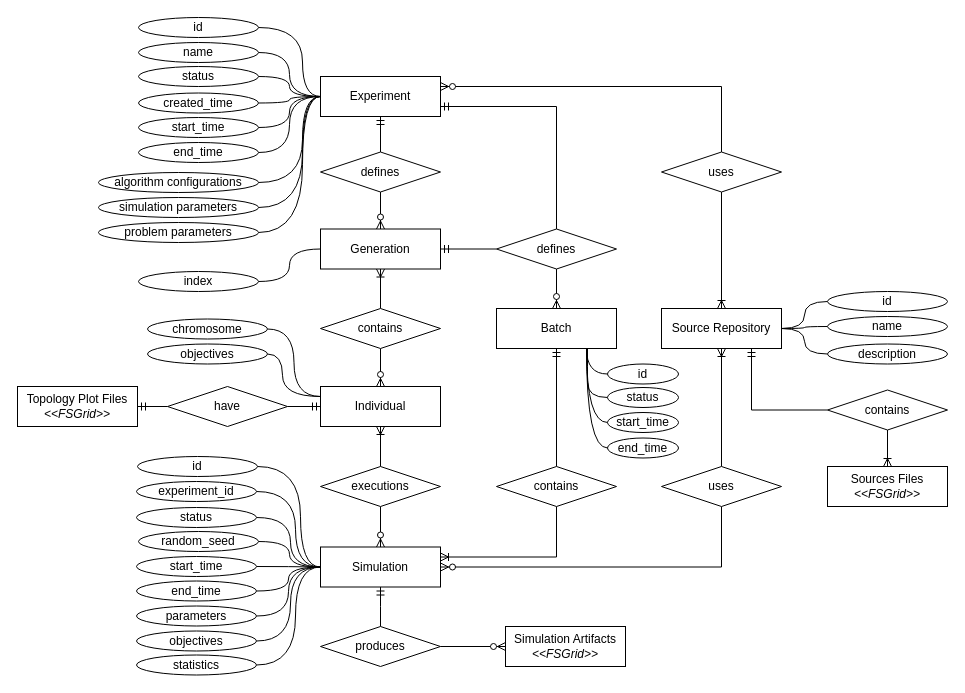
This is page "entity-relationship" (3 of 3) of docs/diagrams/diagrams1.drawio from JunioCesarFerreira/simlab, a draw.io file, before an edit. Source tidied: cells renumbered, new cells numbered last; positions are measured from the earlier drawing's top-left corner, leaving out a move shared by most shapes. Both pictures are drawn from the tidied source at 100%, with x=0, y=0 at pixel (17, 17).
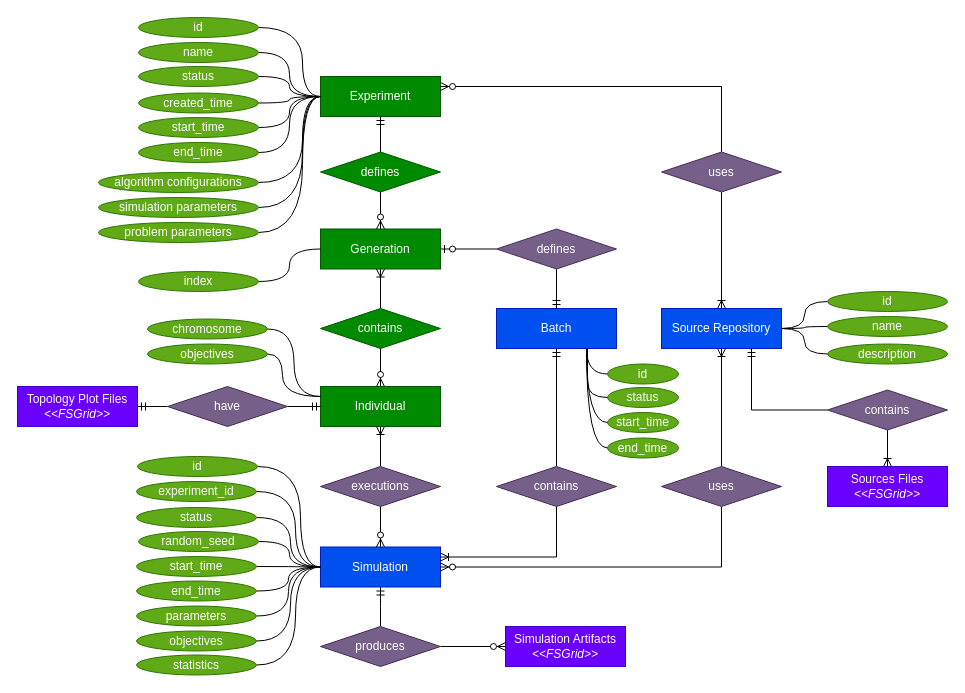
After the change.

The edit, as a diff of the source:
```diff
@@
-    <mxCell id="2" value="Experiment" style="rounded=0;whiteSpace=wrap;html=1;" parent="1" vertex="1">
+    <mxCell id="2" value="Experiment" style="rounded=0;whiteSpace=wrap;html=1;fillColor=#008a00;strokeColor=#005700;fontColor=#ffffff;" parent="1" vertex="1">
       <mxGeometry x="303" y="59" width="120" height="40" as="geometry" />
     </mxCell>
-    <mxCell id="3" value="Simulation" style="rounded=0;whiteSpace=wrap;html=1;" parent="1" vertex="1">
+    <mxCell id="3" value="Simulation" style="rounded=0;whiteSpace=wrap;html=1;fillColor=#0050ef;strokeColor=#001DBC;fontColor=#ffffff;" parent="1" vertex="1">
       <mxGeometry x="303" y="529.5" width="120" height="40" as="geometry" />
     </mxCell>
@@
-    <mxCell id="5" value="id" style="ellipse;whiteSpace=wrap;html=1;" parent="1" vertex="1">
+    <mxCell id="5" value="id" style="ellipse;whiteSpace=wrap;html=1;fillColor=#60a917;strokeColor=#2D7600;fontColor=#ffffff;" parent="1" vertex="1">
       <mxGeometry x="121" width="120" height="20" as="geometry" />
     </mxCell>
@@
-    <mxCell id="7" value="name" style="ellipse;whiteSpace=wrap;html=1;" parent="1" vertex="1">
+    <mxCell id="7" value="name" style="ellipse;whiteSpace=wrap;html=1;fillColor=#60a917;strokeColor=#2D7600;fontColor=#ffffff;" parent="1" vertex="1">
       <mxGeometry x="121" y="25" width="120" height="20" as="geometry" />
     </mxCell>
@@
-    <mxCell id="9" value="status" style="ellipse;whiteSpace=wrap;html=1;" parent="1" vertex="1">
+    <mxCell id="9" value="status" style="ellipse;whiteSpace=wrap;html=1;fillColor=#60a917;strokeColor=#2D7600;fontColor=#ffffff;" parent="1" vertex="1">
       <mxGeometry x="121" y="49" width="120" height="20" as="geometry" />
     </mxCell>
-    <mxCell id="10" value="Generation" style="rounded=0;whiteSpace=wrap;html=1;" parent="1" vertex="1">
+    <mxCell id="10" value="Generation" style="rounded=0;whiteSpace=wrap;html=1;fillColor=#008a00;strokeColor=#005700;fontColor=#ffffff;" parent="1" vertex="1">
       <mxGeometry x="303" y="211.5" width="120" height="40" as="geometry" />
     </mxCell>
@@
-    <mxCell id="12" value="id" style="ellipse;whiteSpace=wrap;html=1;" parent="1" vertex="1">
+    <mxCell id="12" value="id" style="ellipse;whiteSpace=wrap;html=1;fillColor=#60a917;strokeColor=#2D7600;fontColor=#ffffff;" parent="1" vertex="1">
       <mxGeometry x="120" y="439" width="120" height="20" as="geometry" />
     </mxCell>
@@
-    <mxCell id="14" value="status" style="ellipse;whiteSpace=wrap;html=1;" parent="1" vertex="1">
+    <mxCell id="14" value="status" style="ellipse;whiteSpace=wrap;html=1;fillColor=#60a917;strokeColor=#2D7600;fontColor=#ffffff;" parent="1" vertex="1">
       <mxGeometry x="119" y="490" width="120" height="20" as="geometry" />
     </mxCell>
@@
-    <mxCell id="16" value="status" style="ellipse;whiteSpace=wrap;html=1;" parent="1" vertex="1">
+    <mxCell id="16" value="status" style="ellipse;whiteSpace=wrap;html=1;fillColor=#60a917;strokeColor=#2D7600;fontColor=#ffffff;" parent="1" vertex="1">
       <mxGeometry x="590" y="370" width="71" height="20" as="geometry" />
     </mxCell>
-    <mxCell id="17" value="Source Repository" style="rounded=0;whiteSpace=wrap;html=1;" parent="1" vertex="1">
+    <mxCell id="17" value="Source Repository" style="rounded=0;whiteSpace=wrap;html=1;fillColor=#0050ef;strokeColor=#001DBC;fontColor=#ffffff;" parent="1" vertex="1">
       <mxGeometry x="644" y="291" width="120" height="40" as="geometry" />
     </mxCell>
@@
-    <mxCell id="19" value="id" style="ellipse;whiteSpace=wrap;html=1;" parent="1" vertex="1">
+    <mxCell id="19" value="id" style="ellipse;whiteSpace=wrap;html=1;fillColor=#60a917;strokeColor=#2D7600;fontColor=#ffffff;" parent="1" vertex="1">
       <mxGeometry x="810" y="274" width="120" height="20" as="geometry" />
     </mxCell>
@@
-    <mxCell id="21" value="name" style="ellipse;whiteSpace=wrap;html=1;" parent="1" vertex="1">
+    <mxCell id="21" value="name" style="ellipse;whiteSpace=wrap;html=1;fillColor=#60a917;strokeColor=#2D7600;fontColor=#ffffff;" parent="1" vertex="1">
       <mxGeometry x="810" y="299" width="120" height="20" as="geometry" />
     </mxCell>
@@
-    <mxCell id="23" value="description" style="ellipse;whiteSpace=wrap;html=1;" parent="1" vertex="1">
+    <mxCell id="23" value="description" style="ellipse;whiteSpace=wrap;html=1;fillColor=#60a917;strokeColor=#2D7600;fontColor=#ffffff;" parent="1" vertex="1">
       <mxGeometry x="810" y="326.5" width="120" height="20" as="geometry" />
     </mxCell>
@@
-    <mxCell id="25" value="parameters" style="ellipse;whiteSpace=wrap;html=1;" parent="1" vertex="1">
+    <mxCell id="25" value="parameters" style="ellipse;whiteSpace=wrap;html=1;fillColor=#60a917;strokeColor=#2D7600;fontColor=#ffffff;" parent="1" vertex="1">
       <mxGeometry x="119" y="588.5" width="120" height="20" as="geometry" />
     </mxCell>
-    <mxCell id="26" value="Simulation Artifacts&lt;br&gt;&lt;i&gt;&amp;lt;&amp;lt;FSGrid&amp;gt;&amp;gt;&lt;/i&gt;" style="rounded=0;whiteSpace=wrap;html=1;" parent="1" vertex="1">
+    <mxCell id="26" value="Simulation Artifacts&lt;br&gt;&lt;i&gt;&amp;lt;&amp;lt;FSGrid&amp;gt;&amp;gt;&lt;/i&gt;" style="rounded=0;whiteSpace=wrap;html=1;fillColor=#6a00ff;strokeColor=#3700CC;fontColor=#ffffff;" parent="1" vertex="1">
       <mxGeometry x="488" y="609" width="120" height="40" as="geometry" />
     </mxCell>
@@
-    <mxCell id="28" value="objectives" style="ellipse;whiteSpace=wrap;html=1;" parent="1" vertex="1">
+    <mxCell id="28" value="objectives" style="ellipse;whiteSpace=wrap;html=1;fillColor=#60a917;strokeColor=#2D7600;fontColor=#ffffff;" parent="1" vertex="1">
       <mxGeometry x="119" y="613.5" width="120" height="20" as="geometry" />
     </mxCell>
@@
-    <mxCell id="30" value="start_time" style="ellipse;whiteSpace=wrap;html=1;" parent="1" vertex="1">
+    <mxCell id="30" value="start_time" style="ellipse;whiteSpace=wrap;html=1;fillColor=#60a917;strokeColor=#2D7600;fontColor=#ffffff;" parent="1" vertex="1">
       <mxGeometry x="590" y="395" width="71" height="20" as="geometry" />
     </mxCell>
@@
-    <mxCell id="32" value="end_time" style="ellipse;whiteSpace=wrap;html=1;" parent="1" vertex="1">
+    <mxCell id="32" value="end_time" style="ellipse;whiteSpace=wrap;html=1;fillColor=#60a917;strokeColor=#2D7600;fontColor=#ffffff;" parent="1" vertex="1">
       <mxGeometry x="590" y="420.5" width="71" height="20" as="geometry" />
     </mxCell>
@@
-    <mxCell id="34" value="start_time" style="ellipse;whiteSpace=wrap;html=1;" parent="1" vertex="1">
+    <mxCell id="34" value="start_time" style="ellipse;whiteSpace=wrap;html=1;fillColor=#60a917;strokeColor=#2D7600;fontColor=#ffffff;" parent="1" vertex="1">
       <mxGeometry x="119" y="539" width="120" height="20" as="geometry" />
     </mxCell>
@@
-    <mxCell id="36" value="end_time" style="ellipse;whiteSpace=wrap;html=1;" parent="1" vertex="1">
+    <mxCell id="36" value="end_time" style="ellipse;whiteSpace=wrap;html=1;fillColor=#60a917;strokeColor=#2D7600;fontColor=#ffffff;" parent="1" vertex="1">
       <mxGeometry x="119" y="563.5" width="120" height="20" as="geometry" />
     </mxCell>
@@
-    <mxCell id="38" value="index" style="ellipse;whiteSpace=wrap;html=1;" parent="1" vertex="1">
+    <mxCell id="38" value="index" style="ellipse;whiteSpace=wrap;html=1;fillColor=#60a917;strokeColor=#2D7600;fontColor=#ffffff;" parent="1" vertex="1">
       <mxGeometry x="121" y="254" width="120" height="20" as="geometry" />
     </mxCell>
@@
-    <mxCell id="40" value="algorithm configurations" style="ellipse;whiteSpace=wrap;html=1;" parent="1" vertex="1">
+    <mxCell id="40" value="algorithm configurations" style="ellipse;whiteSpace=wrap;html=1;fillColor=#60a917;strokeColor=#2D7600;fontColor=#ffffff;" parent="1" vertex="1">
       <mxGeometry x="81" y="155" width="160" height="20" as="geometry" />
     </mxCell>
@@
-    <mxCell id="42" value="created_time" style="ellipse;whiteSpace=wrap;html=1;" parent="1" vertex="1">
+    <mxCell id="42" value="created_time" style="ellipse;whiteSpace=wrap;html=1;fillColor=#60a917;strokeColor=#2D7600;fontColor=#ffffff;" parent="1" vertex="1">
       <mxGeometry x="121" y="75.5" width="120" height="20" as="geometry" />
     </mxCell>
@@
-    <mxCell id="44" value="statistics" style="ellipse;whiteSpace=wrap;html=1;" parent="1" vertex="1">
+    <mxCell id="44" value="statistics" style="ellipse;whiteSpace=wrap;html=1;fillColor=#60a917;strokeColor=#2D7600;fontColor=#ffffff;" parent="1" vertex="1">
       <mxGeometry x="119" y="637.5" width="120" height="20" as="geometry" />
     </mxCell>
@@
-    <mxCell id="47" value="defines" style="rhombus;whiteSpace=wrap;html=1;" parent="1" vertex="1">
+    <mxCell id="47" value="defines" style="rhombus;whiteSpace=wrap;html=1;fillColor=#008a00;strokeColor=#005700;fontColor=#ffffff;" parent="1" vertex="1">
       <mxGeometry x="303" y="134.5" width="120" height="40" as="geometry" />
     </mxCell>
@@
-    <mxCell id="50" value="contains" style="rhombus;whiteSpace=wrap;html=1;" parent="1" vertex="1">
+    <mxCell id="50" value="contains" style="rhombus;whiteSpace=wrap;html=1;fillColor=#008a00;strokeColor=#005700;fontColor=#ffffff;" parent="1" vertex="1">
       <mxGeometry x="303" y="291" width="120" height="40" as="geometry" />
     </mxCell>
@@
-    <mxCell id="52" value="start_time" style="ellipse;whiteSpace=wrap;html=1;" parent="1" vertex="1">
+    <mxCell id="52" value="start_time" style="ellipse;whiteSpace=wrap;html=1;fillColor=#60a917;strokeColor=#2D7600;fontColor=#ffffff;" parent="1" vertex="1">
       <mxGeometry x="121" y="100" width="120" height="20" as="geometry" />
     </mxCell>
@@
-    <mxCell id="54" value="end_time" style="ellipse;whiteSpace=wrap;html=1;" parent="1" vertex="1">
+    <mxCell id="54" value="end_time" style="ellipse;whiteSpace=wrap;html=1;fillColor=#60a917;strokeColor=#2D7600;fontColor=#ffffff;" parent="1" vertex="1">
       <mxGeometry x="121" y="125" width="120" height="20" as="geometry" />
     </mxCell>
@@
-    <mxCell id="56" value="simulation parameters" style="ellipse;whiteSpace=wrap;html=1;" parent="1" vertex="1">
+    <mxCell id="56" value="simulation parameters" style="ellipse;whiteSpace=wrap;html=1;fillColor=#60a917;strokeColor=#2D7600;fontColor=#ffffff;" parent="1" vertex="1">
       <mxGeometry x="81" y="180" width="160" height="20" as="geometry" />
     </mxCell>
@@
-    <mxCell id="58" value="problem parameters" style="ellipse;whiteSpace=wrap;html=1;" parent="1" vertex="1">
+    <mxCell id="58" value="problem parameters" style="ellipse;whiteSpace=wrap;html=1;fillColor=#60a917;strokeColor=#2D7600;fontColor=#ffffff;" parent="1" vertex="1">
       <mxGeometry x="81" y="205" width="160" height="20" as="geometry" />
     </mxCell>
@@
-    <mxCell id="61" value="uses" style="rhombus;whiteSpace=wrap;html=1;" parent="1" vertex="1">
+    <mxCell id="61" value="uses" style="rhombus;whiteSpace=wrap;html=1;fillColor=#76608a;strokeColor=#432D57;fontColor=#ffffff;" parent="1" vertex="1">
       <mxGeometry x="644" y="134.5" width="120" height="40" as="geometry" />
     </mxCell>
@@
-    <mxCell id="64" value="produces" style="rhombus;whiteSpace=wrap;html=1;" parent="1" vertex="1">
+    <mxCell id="64" value="produces" style="rhombus;whiteSpace=wrap;html=1;fillColor=#76608a;strokeColor=#432D57;fontColor=#ffffff;" parent="1" vertex="1">
       <mxGeometry x="303" y="609" width="120" height="40" as="geometry" />
     </mxCell>
-    <mxCell id="65" value="Individual" style="rounded=0;whiteSpace=wrap;html=1;" parent="1" vertex="1">
+    <mxCell id="65" value="Individual" style="rounded=0;whiteSpace=wrap;html=1;fillColor=#008a00;strokeColor=#005700;fontColor=#ffffff;" parent="1" vertex="1">
       <mxGeometry x="303" y="369" width="120" height="40" as="geometry" />
     </mxCell>
@@
-    <mxCell id="68" value="&lt;span style=&quot;text-align: left&quot;&gt;executions&lt;/span&gt;" style="rhombus;whiteSpace=wrap;html=1;" parent="1" vertex="1">
+    <mxCell id="68" value="&lt;span style=&quot;text-align: left&quot;&gt;executions&lt;/span&gt;" style="rhombus;whiteSpace=wrap;html=1;fillColor=#76608a;strokeColor=#432D57;fontColor=#ffffff;" parent="1" vertex="1">
       <mxGeometry x="303" y="449" width="120" height="40" as="geometry" />
     </mxCell>
@@
-    <mxCell id="70" value="chromosome" style="ellipse;whiteSpace=wrap;html=1;" parent="1" vertex="1">
+    <mxCell id="70" value="chromosome" style="ellipse;whiteSpace=wrap;html=1;fillColor=#60a917;strokeColor=#2D7600;fontColor=#ffffff;" parent="1" vertex="1">
       <mxGeometry x="130" y="301.5" width="120" height="20" as="geometry" />
     </mxCell>
@@
-    <mxCell id="73" value="uses" style="rhombus;whiteSpace=wrap;html=1;" parent="1" vertex="1">
+    <mxCell id="73" value="uses" style="rhombus;whiteSpace=wrap;html=1;fillColor=#76608a;strokeColor=#432D57;fontColor=#ffffff;" parent="1" vertex="1">
       <mxGeometry x="644" y="449" width="120" height="40" as="geometry" />
     </mxCell>
@@
-    <mxCell id="75" value="experiment_id" style="ellipse;whiteSpace=wrap;html=1;" parent="1" vertex="1">
+    <mxCell id="75" value="experiment_id" style="ellipse;whiteSpace=wrap;html=1;fillColor=#60a917;strokeColor=#2D7600;fontColor=#ffffff;" parent="1" vertex="1">
       <mxGeometry x="119" y="464" width="120" height="20" as="geometry" />
     </mxCell>
@@
-    <mxCell id="77" value="random_seed" style="ellipse;whiteSpace=wrap;html=1;" parent="1" vertex="1">
+    <mxCell id="77" value="random_seed" style="ellipse;whiteSpace=wrap;html=1;fillColor=#60a917;strokeColor=#2D7600;fontColor=#ffffff;" parent="1" vertex="1">
       <mxGeometry x="121" y="514" width="120" height="20" as="geometry" />
     </mxCell>
@@
-    <mxCell id="79" value="objectives" style="ellipse;whiteSpace=wrap;html=1;" parent="1" vertex="1">
+    <mxCell id="79" value="objectives" style="ellipse;whiteSpace=wrap;html=1;fillColor=#60a917;strokeColor=#2D7600;fontColor=#ffffff;" parent="1" vertex="1">
       <mxGeometry x="130" y="326.5" width="120" height="20" as="geometry" />
     </mxCell>
-    <mxCell id="80" value="Batch" style="rounded=0;whiteSpace=wrap;html=1;" parent="1" vertex="1">
+    <mxCell id="80" value="Batch" style="rounded=0;whiteSpace=wrap;html=1;fillColor=#0050ef;strokeColor=#001DBC;fontColor=#ffffff;" parent="1" vertex="1">
       <mxGeometry x="479" y="291" width="120" height="40" as="geometry" />
     </mxCell>
@@
-    <mxCell id="83" value="contains" style="rhombus;whiteSpace=wrap;html=1;" parent="1" vertex="1">
+    <mxCell id="83" value="contains" style="rhombus;whiteSpace=wrap;html=1;fillColor=#76608a;strokeColor=#432D57;fontColor=#ffffff;" parent="1" vertex="1">
       <mxGeometry x="479" y="449" width="120" height="40" as="geometry" />
     </mxCell>
-    <mxCell id="84" style="edgeStyle=orthogonalEdgeStyle;rounded=0;jettySize=auto;html=1;exitX=0.5;exitY=0;exitDx=0;exitDy=0;entryX=1;entryY=0.75;entryDx=0;entryDy=0;endArrow=ERmandOne;endFill=0;" parent="1" edge="1" source="87" target="2">
-      <mxGeometry relative="1" as="geometry">
-        <Array as="points">
-          <mxPoint x="539" y="89" />
-        </Array>
-      </mxGeometry>
-    </mxCell>
-    <mxCell id="85" style="edgeStyle=orthogonalEdgeStyle;rounded=0;jettySize=auto;html=1;exitX=0;exitY=0.5;exitDx=0;exitDy=0;entryX=1;entryY=0.5;entryDx=0;entryDy=0;endArrow=ERmandOne;endFill=0;" parent="1" edge="1" source="87" target="10">
+    <mxCell id="85" style="edgeStyle=orthogonalEdgeStyle;rounded=0;jettySize=auto;html=1;exitX=0;exitY=0.5;exitDx=0;exitDy=0;entryX=1;entryY=0.5;entryDx=0;entryDy=0;endArrow=ERzeroToOne;endFill=1;" parent="1" edge="1" source="87" target="10">
       <mxGeometry relative="1" as="geometry" />
     </mxCell>
-    <mxCell id="86" style="edgeStyle=orthogonalEdgeStyle;rounded=0;jettySize=auto;html=1;exitX=0.5;exitY=1;exitDx=0;exitDy=0;entryX=0.5;entryY=0;entryDx=0;entryDy=0;endArrow=ERzeroToMany;endFill=1;" parent="1" edge="1" source="87" target="80">
+    <mxCell id="86" style="edgeStyle=orthogonalEdgeStyle;rounded=0;jettySize=auto;html=1;exitX=0.5;exitY=1;exitDx=0;exitDy=0;entryX=0.5;entryY=0;entryDx=0;entryDy=0;endArrow=ERmandOne;endFill=0;" parent="1" edge="1" source="87" target="80">
       <mxGeometry relative="1" as="geometry" />
     </mxCell>
-    <mxCell id="87" value="defines" style="rhombus;whiteSpace=wrap;html=1;" parent="1" vertex="1">
+    <mxCell id="87" value="defines" style="rhombus;whiteSpace=wrap;html=1;fillColor=#76608a;strokeColor=#432D57;fontColor=#ffffff;" parent="1" vertex="1">
       <mxGeometry x="479" y="211.5" width="120" height="40" as="geometry" />
     </mxCell>
-    <mxCell id="88" value="Sources Files&lt;br&gt;&lt;i&gt;&amp;lt;&amp;lt;FSGrid&amp;gt;&amp;gt;&lt;/i&gt;" style="rounded=0;whiteSpace=wrap;html=1;" parent="1" vertex="1">
+    <mxCell id="88" value="Sources Files&lt;br&gt;&lt;i&gt;&amp;lt;&amp;lt;FSGrid&amp;gt;&amp;gt;&lt;/i&gt;" style="rounded=0;whiteSpace=wrap;html=1;fillColor=#6a00ff;strokeColor=#3700CC;fontColor=#ffffff;" parent="1" vertex="1">
       <mxGeometry x="810" y="449" width="120" height="40" as="geometry" />
     </mxCell>
@@
-    <mxCell id="91" value="contains" style="rhombus;whiteSpace=wrap;html=1;" parent="1" vertex="1">
+    <mxCell id="91" value="contains" style="rhombus;whiteSpace=wrap;html=1;fillColor=#76608a;strokeColor=#432D57;fontColor=#ffffff;" parent="1" vertex="1">
       <mxGeometry x="810" y="372.5" width="120" height="40" as="geometry" />
     </mxCell>
@@
-    <mxCell id="93" value="id" style="ellipse;whiteSpace=wrap;html=1;" parent="1" vertex="1">
+    <mxCell id="93" value="id" style="ellipse;whiteSpace=wrap;html=1;fillColor=#60a917;strokeColor=#2D7600;fontColor=#ffffff;" parent="1" vertex="1">
       <mxGeometry x="590" y="346.5" width="71" height="20" as="geometry" />
     </mxCell>
-    <mxCell id="94" value="Topology Plot Files&lt;br&gt;&lt;i&gt;&amp;lt;&amp;lt;FSGrid&amp;gt;&amp;gt;&lt;/i&gt;" style="rounded=0;whiteSpace=wrap;html=1;" parent="1" vertex="1">
+    <mxCell id="94" value="Topology Plot Files&lt;br&gt;&lt;i&gt;&amp;lt;&amp;lt;FSGrid&amp;gt;&amp;gt;&lt;/i&gt;" style="rounded=0;whiteSpace=wrap;html=1;fillColor=#6a00ff;strokeColor=#3700CC;fontColor=#ffffff;" parent="1" vertex="1">
       <mxGeometry y="369" width="120" height="40" as="geometry" />
     </mxCell>
@@
-    <mxCell id="97" value="&lt;span style=&quot;text-align: left&quot;&gt;have&lt;/span&gt;" style="rhombus;whiteSpace=wrap;html=1;" parent="1" vertex="1">
+    <mxCell id="97" value="&lt;span style=&quot;text-align: left&quot;&gt;have&lt;/span&gt;" style="rhombus;whiteSpace=wrap;html=1;fillColor=#76608a;strokeColor=#432D57;fontColor=#ffffff;" parent="1" vertex="1">
       <mxGeometry x="150" y="369" width="120" height="40" as="geometry" />
     </mxCell>
```
